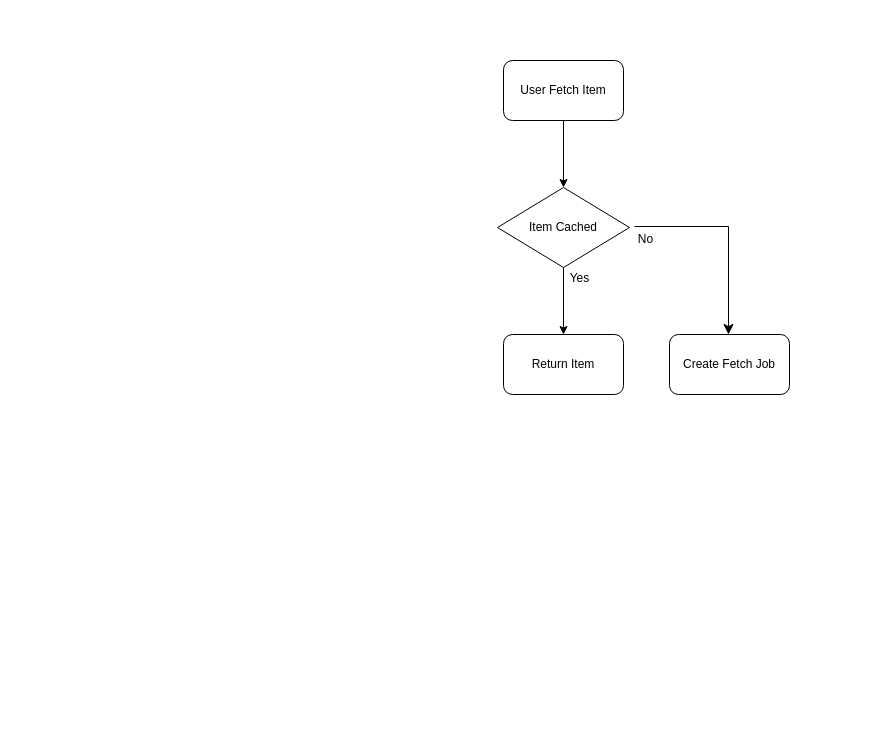
Earlier version of the draw.io diagram page "Main Flow" (1 of 3) of docs/buffetd.drawio (Buffetd/buffetd). Source tidied: cells renumbered, new cells numbered last; positions are measured from the earlier drawing's top-left corner, leaving out a move shared by most shapes. Both pictures are drawn from the tidied source at 100%, with x=0, y=0 at pixel (497, 60).
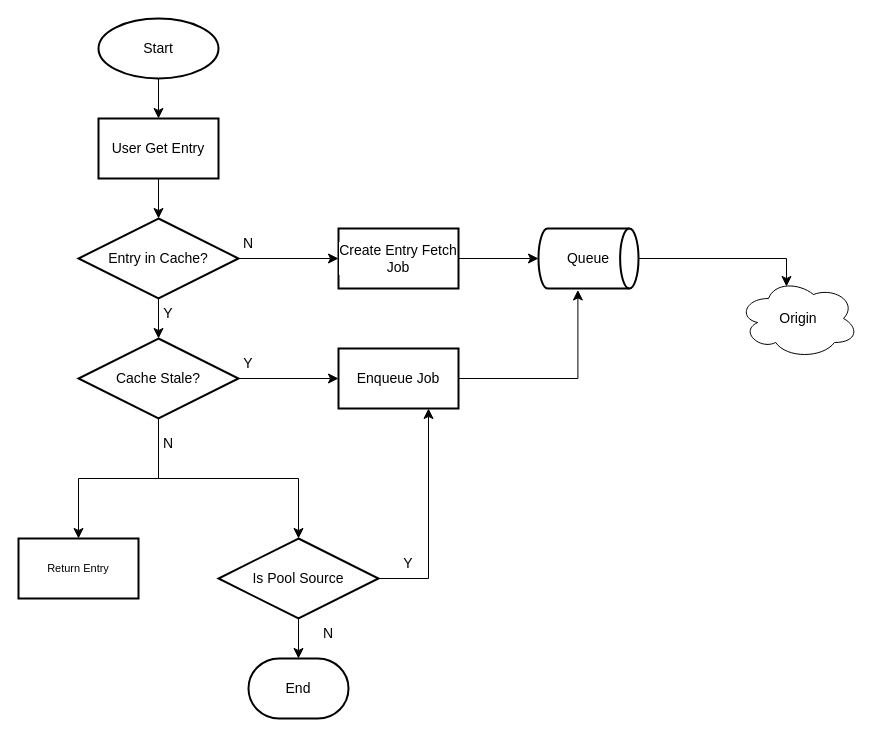
The same diagram, later.

Commit message:
docs: expand buffetd.drawio with multi-page architecture diagrams

- Renamed first page to "Main Flow" and increased canvas to 1600x900
- Added detailed flowchart for user fetch entry process with cache checking, job creation, and pool source handling
- Created second page with swimlane diagram showing Pool architecture (User, Gateway, Cache layers with Redis/Postgres, Queue, Origin)
- Added third page with UML sequence diagram illustrating cache control and job center interactions

Change to the diagram source:
```diff
@@
-    <mxCell id="2" value="User Fetch Item" style="rounded=1;whiteSpace=wrap;html=1;" parent="1" vertex="1">
-      <mxGeometry x="6" width="120" height="60" as="geometry" />
-    </mxCell>
-    <mxCell id="3" value="Item Cached" style="rhombus;whiteSpace=wrap;html=1;" parent="1" vertex="1">
-      <mxGeometry y="127" width="132" height="80" as="geometry" />
-    </mxCell>
-    <mxCell id="4" value="Return Item" style="rounded=1;whiteSpace=wrap;html=1;" parent="1" vertex="1">
-      <mxGeometry x="6" y="274" width="120" height="60" as="geometry" />
-    </mxCell>
-    <mxCell id="5" style="endArrow=classic;html=1;rounded=0;exitX=0.5;exitY=1;exitDx=0;exitDy=0;entryX=0.5;entryY=0;entryDx=0;entryDy=0;" parent="1" edge="1" source="2" target="3">
-      <mxGeometry relative="1" as="geometry" />
-    </mxCell>
-    <mxCell id="6" style="endArrow=classic;html=1;rounded=0;exitX=0.5;exitY=1;exitDx=0;exitDy=0;entryX=0.5;entryY=0;entryDx=0;entryDy=0;" parent="1" edge="1">
-      <mxGeometry relative="1" as="geometry">
-        <mxPoint x="66" y="207" as="sourcePoint" />
-        <mxPoint x="66" y="274" as="targetPoint" />
-      </mxGeometry>
-    </mxCell>
-    <mxCell id="7" value="Yes" style="text;html=1;whiteSpace=wrap;strokeColor=none;fillColor=none;align=center;verticalAlign=middle;rounded=0;" parent="1" vertex="1">
-      <mxGeometry x="66" y="207" width="33" height="22" as="geometry" />
-    </mxCell>
-    <mxCell id="8" value="Create Fetch Job" style="rounded=1;whiteSpace=wrap;html=1;" parent="1" vertex="1">
-      <mxGeometry x="172" y="274" width="120" height="60" as="geometry" />
-    </mxCell>
-    <mxCell id="9" style="edgeStyle=segmentEdgeStyle;endArrow=classic;html=1;curved=0;rounded=0;endSize=8;startSize=8;" parent="1" edge="1">
-      <mxGeometry relative="1" as="geometry">
-        <mxPoint x="137" y="166" as="sourcePoint" />
-        <mxPoint x="231" y="274" as="targetPoint" />
-        <Array as="points">
-          <mxPoint x="231" y="166" />
-        </Array>
-      </mxGeometry>
-    </mxCell>
-    <mxCell id="10" value="No" style="text;html=1;whiteSpace=wrap;strokeColor=none;fillColor=none;align=center;verticalAlign=middle;rounded=0;" parent="1" vertex="1">
-      <mxGeometry x="132" y="168" width="33" height="22" as="geometry" />
-    </mxCell>
+    <mxCell id="11" style="edgeStyle=segmentEdgeStyle;shape=connector;curved=0;rounded=0;jettySize=auto;html=1;strokeColor=default;align=center;verticalAlign=middle;fontFamily=Helvetica;fontSize=11;fontColor=default;labelBackgroundColor=default;startSize=8;endArrow=classic;endSize=8;" parent="1" edge="1" source="12" target="14">
+      <mxGeometry relative="1" as="geometry" />
+    </mxCell>
+    <mxCell id="12" value="Start" style="strokeWidth=2;html=1;shape=mxgraph.flowchart.start_1;whiteSpace=wrap;fontFamily=Helvetica;fontSize=14;fontColor=default;labelBackgroundColor=default;" parent="1" vertex="1">
+      <mxGeometry x="-399" y="-42" width="120" height="60" as="geometry" />
+    </mxCell>
+    <mxCell id="13" style="edgeStyle=segmentEdgeStyle;shape=connector;curved=0;rounded=0;jettySize=auto;html=1;strokeColor=default;align=center;verticalAlign=middle;fontFamily=Helvetica;fontSize=11;fontColor=default;labelBackgroundColor=default;startSize=8;endArrow=classic;endSize=8;" parent="1" edge="1" source="14" target="17">
+      <mxGeometry relative="1" as="geometry" />
+    </mxCell>
+    <mxCell id="14" value="&lt;span style=&quot;font-size: 14px;&quot;&gt;User Get Entry&lt;/span&gt;" style="whiteSpace=wrap;html=1;fontSize=11;strokeWidth=2;labelBackgroundColor=default;" parent="1" vertex="1">
+      <mxGeometry x="-399" y="58" width="120" height="60" as="geometry" />
+    </mxCell>
+    <mxCell id="15" style="edgeStyle=segmentEdgeStyle;shape=connector;curved=0;rounded=0;jettySize=auto;html=1;strokeColor=default;align=center;verticalAlign=middle;fontFamily=Helvetica;fontSize=11;fontColor=default;labelBackgroundColor=default;startSize=8;endArrow=classic;endSize=8;" parent="1" edge="1" source="17" target="21">
+      <mxGeometry relative="1" as="geometry" />
+    </mxCell>
+    <mxCell id="16" style="edgeStyle=segmentEdgeStyle;shape=connector;curved=0;rounded=0;jettySize=auto;html=1;strokeColor=default;align=center;verticalAlign=middle;fontFamily=Helvetica;fontSize=11;fontColor=default;labelBackgroundColor=default;startSize=8;endArrow=classic;endSize=8;" parent="1" edge="1" source="17" target="24">
+      <mxGeometry relative="1" as="geometry" />
+    </mxCell>
+    <mxCell id="17" value="Entry in Cache?" style="rhombus;whiteSpace=wrap;html=1;fontSize=14;strokeWidth=2;labelBackgroundColor=default;" parent="1" vertex="1">
+      <mxGeometry x="-419" y="158" width="160" height="80" as="geometry" />
+    </mxCell>
+    <mxCell id="18" style="edgeStyle=segmentEdgeStyle;shape=connector;curved=0;rounded=0;jettySize=auto;html=1;strokeColor=default;align=center;verticalAlign=middle;fontFamily=Helvetica;fontSize=11;fontColor=default;labelBackgroundColor=default;startSize=8;endArrow=classic;endSize=8;" parent="1" edge="1" source="21" target="28">
+      <mxGeometry relative="1" as="geometry" />
+    </mxCell>
+    <mxCell id="19" style="edgeStyle=segmentEdgeStyle;shape=connector;curved=0;rounded=0;jettySize=auto;html=1;exitX=0.5;exitY=1;exitDx=0;exitDy=0;entryX=0.5;entryY=0;entryDx=0;entryDy=0;strokeColor=default;align=center;verticalAlign=middle;fontFamily=Helvetica;fontSize=11;fontColor=default;labelBackgroundColor=default;startSize=8;endArrow=classic;endSize=8;" parent="1" edge="1" source="21" target="22">
+      <mxGeometry relative="1" as="geometry">
+        <Array as="points">
+          <mxPoint x="-339" y="418" />
+          <mxPoint x="-419" y="418" />
+        </Array>
+      </mxGeometry>
+    </mxCell>
+    <mxCell id="20" style="edgeStyle=segmentEdgeStyle;shape=connector;curved=0;rounded=0;jettySize=auto;html=1;exitX=0.5;exitY=1;exitDx=0;exitDy=0;entryX=0.5;entryY=0;entryDx=0;entryDy=0;strokeColor=default;align=center;verticalAlign=middle;fontFamily=Helvetica;fontSize=11;fontColor=default;labelBackgroundColor=default;startSize=8;endArrow=classic;endSize=8;" parent="1" edge="1" source="21" target="33">
+      <mxGeometry relative="1" as="geometry">
+        <Array as="points">
+          <mxPoint x="-339" y="418" />
+          <mxPoint x="-199" y="418" />
+        </Array>
+      </mxGeometry>
+    </mxCell>
+    <mxCell id="21" value="Cache Stale?" style="rhombus;whiteSpace=wrap;html=1;fontSize=14;strokeWidth=2;labelBackgroundColor=default;" parent="1" vertex="1">
+      <mxGeometry x="-419" y="278" width="160" height="80" as="geometry" />
+    </mxCell>
+    <mxCell id="22" value="Return Entry" style="whiteSpace=wrap;html=1;fontSize=11;strokeWidth=2;labelBackgroundColor=default;" parent="1" vertex="1">
+      <mxGeometry x="-479" y="478" width="120" height="60" as="geometry" />
+    </mxCell>
+    <mxCell id="23" value="&lt;font style=&quot;font-size: 14px;&quot;&gt;Y&lt;/font&gt;" style="text;html=1;whiteSpace=wrap;strokeColor=none;fillColor=none;align=center;verticalAlign=middle;rounded=0;fontFamily=Helvetica;fontSize=11;fontColor=default;labelBackgroundColor=default;" parent="1" vertex="1">
+      <mxGeometry x="-359" y="238" width="60" height="30" as="geometry" />
+    </mxCell>
+    <mxCell id="24" value="Create Entry Fetch Job" style="whiteSpace=wrap;html=1;fontSize=14;strokeWidth=2;labelBackgroundColor=default;" parent="1" vertex="1">
+      <mxGeometry x="-159" y="168" width="120" height="60" as="geometry" />
+    </mxCell>
+    <mxCell id="25" value="&lt;font style=&quot;font-size: 14px;&quot;&gt;Queue&lt;/font&gt;" style="strokeWidth=2;html=1;shape=mxgraph.flowchart.direct_data;whiteSpace=wrap;fontFamily=Helvetica;fontSize=11;fontColor=default;labelBackgroundColor=default;" parent="1" vertex="1">
+      <mxGeometry x="41" y="168" width="100" height="60" as="geometry" />
+    </mxCell>
+    <mxCell id="26" style="edgeStyle=segmentEdgeStyle;shape=connector;curved=0;rounded=0;jettySize=auto;html=1;exitX=1;exitY=0.5;exitDx=0;exitDy=0;entryX=0;entryY=0.5;entryDx=0;entryDy=0;entryPerimeter=0;strokeColor=default;align=center;verticalAlign=middle;fontFamily=Helvetica;fontSize=11;fontColor=default;labelBackgroundColor=default;startSize=8;endArrow=classic;endSize=8;" parent="1" edge="1" source="24" target="25">
+      <mxGeometry relative="1" as="geometry" />
+    </mxCell>
+    <mxCell id="27" value="&lt;font style=&quot;font-size: 14px;&quot;&gt;N&lt;/font&gt;" style="text;html=1;whiteSpace=wrap;strokeColor=none;fillColor=none;align=center;verticalAlign=middle;rounded=0;fontFamily=Helvetica;fontSize=11;fontColor=default;labelBackgroundColor=default;" parent="1" vertex="1">
+      <mxGeometry x="-279" y="168" width="60" height="30" as="geometry" />
+    </mxCell>
+    <mxCell id="28" value="Enqueue Job" style="whiteSpace=wrap;html=1;fontSize=14;strokeWidth=2;labelBackgroundColor=default;" parent="1" vertex="1">
+      <mxGeometry x="-159" y="288" width="120" height="60" as="geometry" />
+    </mxCell>
+    <mxCell id="29" style="edgeStyle=segmentEdgeStyle;shape=connector;curved=0;rounded=0;jettySize=auto;html=1;exitX=1;exitY=0.5;exitDx=0;exitDy=0;entryX=0.394;entryY=1.025;entryDx=0;entryDy=0;entryPerimeter=0;strokeColor=default;align=center;verticalAlign=middle;fontFamily=Helvetica;fontSize=11;fontColor=default;labelBackgroundColor=default;startSize=8;endArrow=classic;endSize=8;" parent="1" edge="1" source="28" target="25">
+      <mxGeometry relative="1" as="geometry" />
+    </mxCell>
+    <mxCell id="30" value="&lt;font style=&quot;font-size: 14px;&quot;&gt;Origin&lt;/font&gt;" style="ellipse;shape=cloud;whiteSpace=wrap;html=1;fontFamily=Helvetica;fontSize=11;fontColor=default;labelBackgroundColor=default;" parent="1" vertex="1">
+      <mxGeometry x="241" y="218" width="120" height="80" as="geometry" />
+    </mxCell>
+    <mxCell id="31" style="edgeStyle=segmentEdgeStyle;shape=connector;curved=0;rounded=0;jettySize=auto;html=1;exitX=1;exitY=0.5;exitDx=0;exitDy=0;exitPerimeter=0;entryX=0.4;entryY=0.1;entryDx=0;entryDy=0;entryPerimeter=0;strokeColor=default;align=center;verticalAlign=middle;fontFamily=Helvetica;fontSize=11;fontColor=default;labelBackgroundColor=default;startSize=8;endArrow=classic;endSize=8;" parent="1" edge="1" source="25" target="30">
+      <mxGeometry relative="1" as="geometry" />
+    </mxCell>
+    <mxCell id="32" value="&lt;font style=&quot;font-size: 14px;&quot;&gt;Y&lt;/font&gt;" style="text;html=1;whiteSpace=wrap;strokeColor=none;fillColor=none;align=center;verticalAlign=middle;rounded=0;fontFamily=Helvetica;fontSize=11;fontColor=default;labelBackgroundColor=default;" parent="1" vertex="1">
+      <mxGeometry x="-279" y="288" width="60" height="30" as="geometry" />
+    </mxCell>
+    <mxCell id="33" value="Is Pool Source" style="rhombus;whiteSpace=wrap;html=1;fontSize=14;strokeWidth=2;labelBackgroundColor=default;" parent="1" vertex="1">
+      <mxGeometry x="-279" y="478" width="160" height="80" as="geometry" />
+    </mxCell>
+    <mxCell id="34" value="&lt;font style=&quot;font-size: 14px;&quot;&gt;End&lt;/font&gt;" style="strokeWidth=2;html=1;shape=mxgraph.flowchart.terminator;whiteSpace=wrap;fontFamily=Helvetica;fontSize=11;fontColor=default;labelBackgroundColor=default;" parent="1" vertex="1">
+      <mxGeometry x="-249" y="598" width="100" height="60" as="geometry" />
+    </mxCell>
+    <mxCell id="35" style="edgeStyle=segmentEdgeStyle;shape=connector;curved=0;rounded=0;jettySize=auto;html=1;exitX=0.5;exitY=1;exitDx=0;exitDy=0;entryX=0.5;entryY=0;entryDx=0;entryDy=0;entryPerimeter=0;strokeColor=default;align=center;verticalAlign=middle;fontFamily=Helvetica;fontSize=11;fontColor=default;labelBackgroundColor=default;startSize=8;endArrow=classic;endSize=8;" parent="1" edge="1" source="33" target="34">
+      <mxGeometry relative="1" as="geometry" />
+    </mxCell>
+    <mxCell id="36" value="&lt;font style=&quot;font-size: 14px;&quot;&gt;N&lt;/font&gt;" style="text;html=1;whiteSpace=wrap;strokeColor=none;fillColor=none;align=center;verticalAlign=middle;rounded=0;fontFamily=Helvetica;fontSize=11;fontColor=default;labelBackgroundColor=default;" parent="1" vertex="1">
+      <mxGeometry x="-359" y="368" width="60" height="30" as="geometry" />
+    </mxCell>
+    <mxCell id="37" style="edgeStyle=segmentEdgeStyle;shape=connector;curved=0;rounded=0;jettySize=auto;html=1;exitX=0;exitY=1;exitDx=0;exitDy=0;entryX=0.75;entryY=1;entryDx=0;entryDy=0;strokeColor=default;align=center;verticalAlign=middle;fontFamily=Helvetica;fontSize=11;fontColor=default;labelBackgroundColor=default;startSize=8;endArrow=classic;endSize=8;" parent="1" edge="1" source="38" target="28">
+      <mxGeometry relative="1" as="geometry" />
+    </mxCell>
+    <mxCell id="38" value="&lt;font style=&quot;font-size: 14px;&quot;&gt;Y&lt;/font&gt;" style="text;html=1;whiteSpace=wrap;strokeColor=none;fillColor=none;align=center;verticalAlign=middle;rounded=0;fontFamily=Helvetica;fontSize=11;fontColor=default;labelBackgroundColor=default;" parent="1" vertex="1">
+      <mxGeometry x="-119" y="488" width="60" height="30" as="geometry" />
+    </mxCell>
+    <mxCell id="39" value="&lt;font style=&quot;font-size: 14px;&quot;&gt;N&lt;/font&gt;" style="text;html=1;whiteSpace=wrap;strokeColor=none;fillColor=none;align=center;verticalAlign=middle;rounded=0;fontFamily=Helvetica;fontSize=11;fontColor=default;labelBackgroundColor=default;" parent="1" vertex="1">
+      <mxGeometry x="-199" y="558" width="60" height="30" as="geometry" />
+    </mxCell>
```
